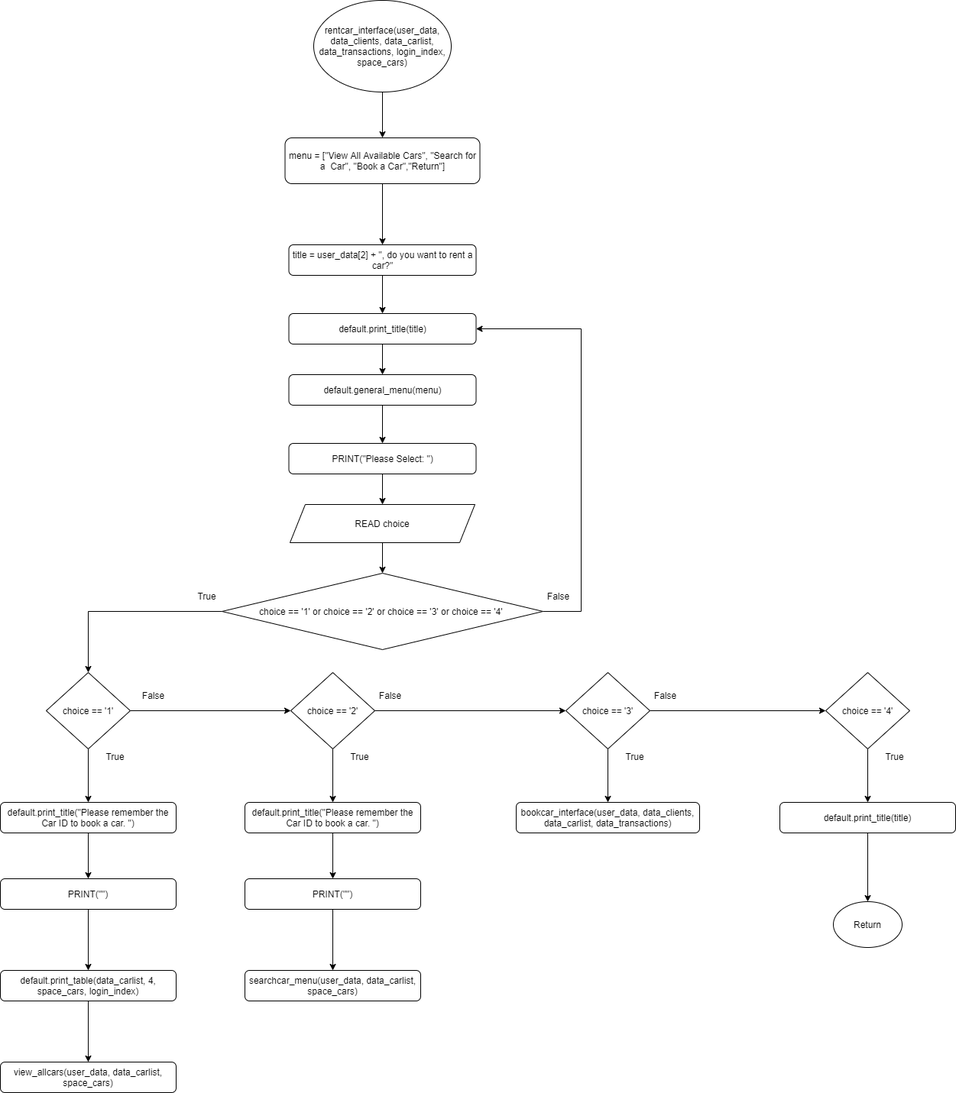
RabbitBear00/Car-Rental-System keeps this draw.io diagram as Flowchart/clients/rentcar_interface.png. Above is the earlier version. Source tidied: cells renumbered, new cells last; positions are measured from the earlier drawing's top-left corner, leaving out a move shared by most shapes.
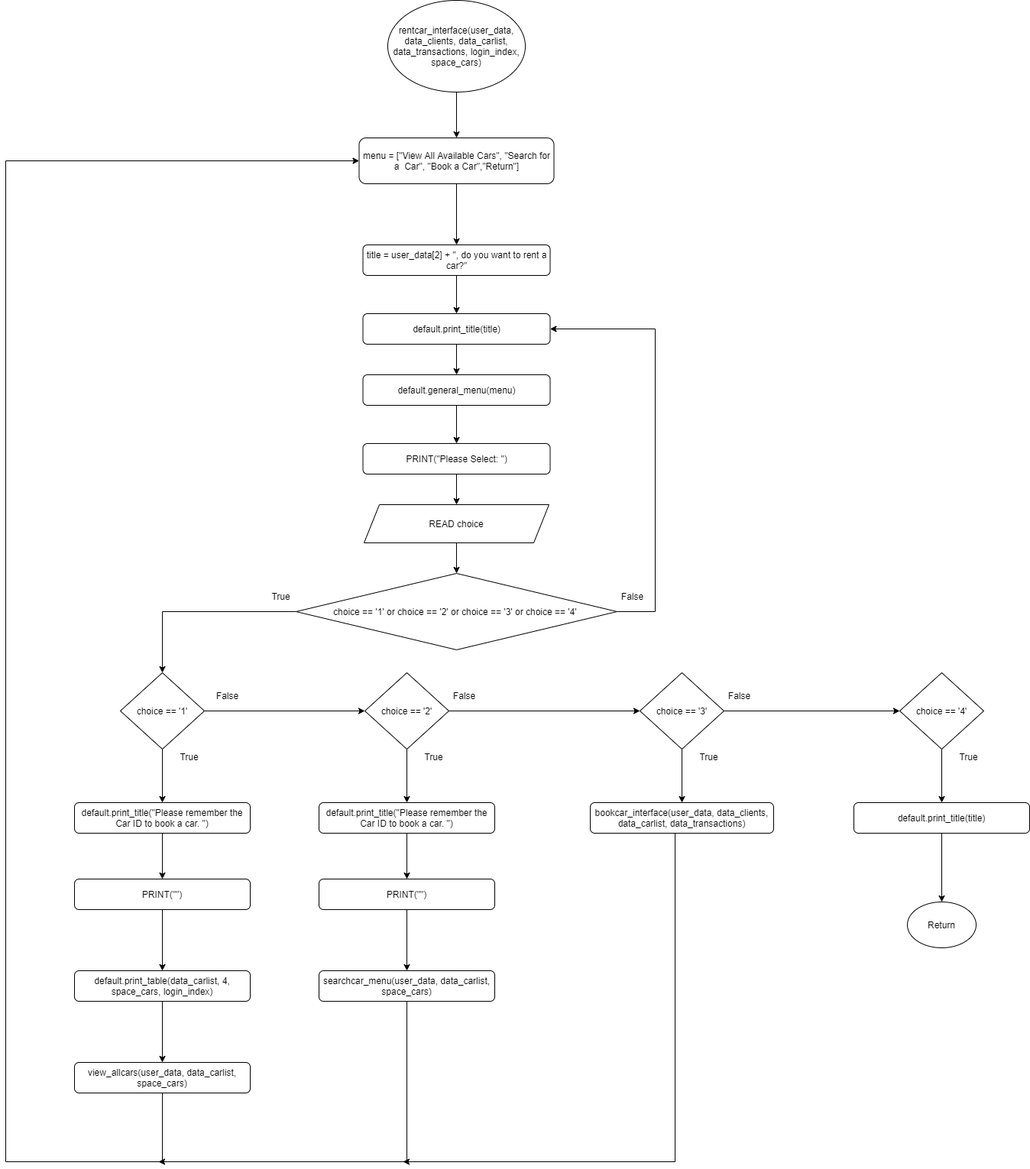
Later version of the same file.

Change to the diagram source:
```diff
@@ -103,6 +103,15 @@
     <mxCell id="33" value="default.print_title(&quot;Please remember the Car ID to book a car. &quot;)" style="rounded=1;whiteSpace=wrap;html=1;" parent="1" vertex="1">
       <mxGeometry x="320" y="1050" width="230" height="40" as="geometry" />
     </mxCell>
+    <mxCell id="55" style="edgeStyle=orthogonalEdgeStyle;rounded=0;orthogonalLoop=1;jettySize=auto;html=1;" parent="1" edge="1">
+      <mxGeometry relative="1" as="geometry">
+        <mxPoint x="786" y="1090" as="sourcePoint" />
+        <mxPoint x="430" y="1520" as="targetPoint" />
+        <Array as="points">
+          <mxPoint x="786" y="1520" />
+        </Array>
+      </mxGeometry>
+    </mxCell>
     <mxCell id="34" value="bookcar_interface(user_data, data_clients, data_carlist, data_transactions)" style="rounded=1;whiteSpace=wrap;html=1;" parent="1" vertex="1">
       <mxGeometry x="675" y="1050" width="240" height="40" as="geometry" />
     </mxCell>
@@ -130,9 +139,26 @@
     <mxCell id="42" value="default.print_table(data_carlist, 4, space_cars, login_index)" style="rounded=1;whiteSpace=wrap;html=1;" parent="1" vertex="1">
       <mxGeometry y="1270" width="230" height="40" as="geometry" />
     </mxCell>
+    <mxCell id="56" style="edgeStyle=orthogonalEdgeStyle;rounded=0;jettySize=auto;html=1;exitX=0.5;exitY=1;exitDx=0;exitDy=0;entryX=0;entryY=0.5;entryDx=0;entryDy=0;" parent="1" edge="1" source="43" target="5">
+      <mxGeometry relative="1" as="geometry">
+        <Array as="points">
+          <mxPoint x="115" y="1520" />
+          <mxPoint x="-90" y="1520" />
+          <mxPoint x="-90" y="210" />
+        </Array>
+      </mxGeometry>
+    </mxCell>
     <mxCell id="43" value="view_allcars(user_data, data_carlist, space_cars)" style="rounded=1;whiteSpace=wrap;html=1;" parent="1" vertex="1">
       <mxGeometry y="1390" width="230" height="40" as="geometry" />
     </mxCell>
+    <mxCell id="57" style="edgeStyle=orthogonalEdgeStyle;rounded=0;jettySize=auto;html=1;" parent="1" edge="1" source="44">
+      <mxGeometry relative="1" as="geometry">
+        <mxPoint x="110" y="1520" as="targetPoint" />
+        <Array as="points">
+          <mxPoint x="435" y="1520" />
+        </Array>
+      </mxGeometry>
+    </mxCell>
     <mxCell id="44" value="searchcar_menu(user_data, data_carlist, space_cars)" style="rounded=1;whiteSpace=wrap;html=1;" parent="1" vertex="1">
       <mxGeometry x="320" y="1270" width="230" height="40" as="geometry" />
     </mxCell>
```
